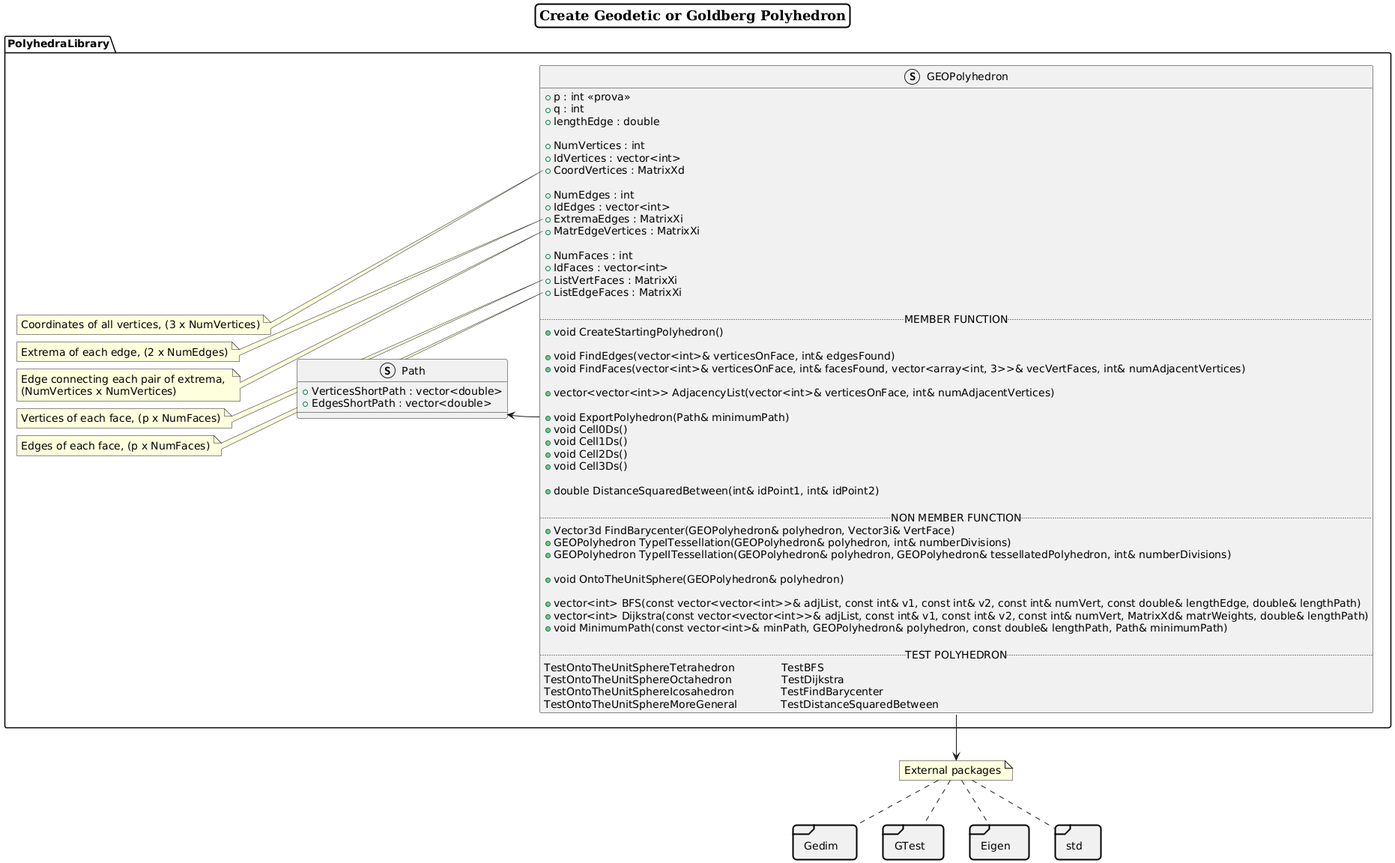
This is Documentation/PNG_images/PolyhedraLibrary.png from M4rc10n3/ProgettoPCS2025, a PlantUML export, as it was before one commit.
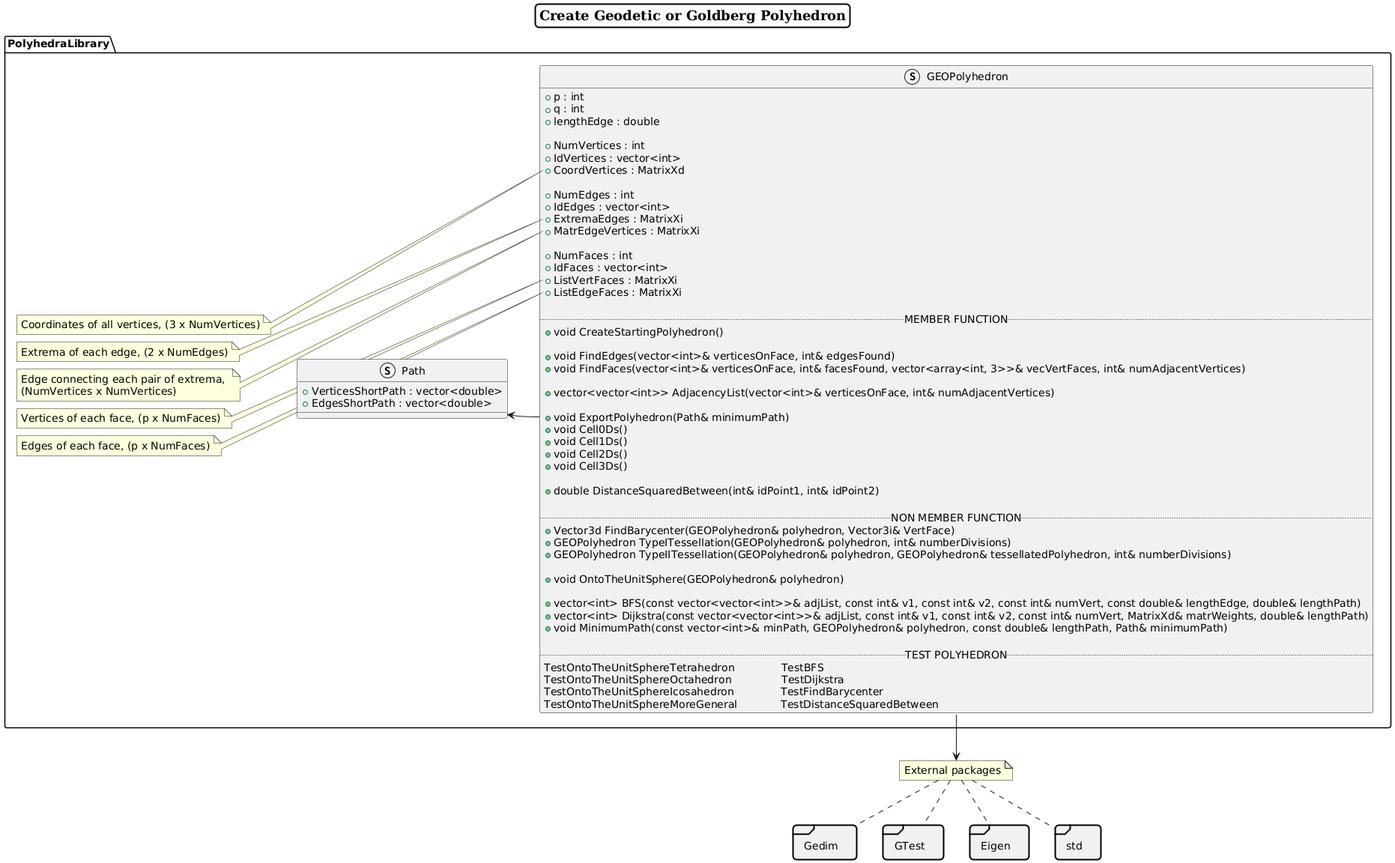
Later version of the same file.

Commit message:
PolyhedraLibrary uml

Diff of the diagram source:
```diff
@@ -20,7 +20,7 @@
 package PolyhedraLibrary <<Folder>>
 {
 struct GEOPolyhedron {
-  + p : int <<prova>>
+  + p : int
   + q : int
   + lengthEdge : double
 
@@ -92,7 +92,6 @@
   Edges of each face, (p x NumFaces)
   end note
 
-
 struct Path {
   + VerticesShortPath : vector<double>
   + EdgesShortPath : vector<double>
```
